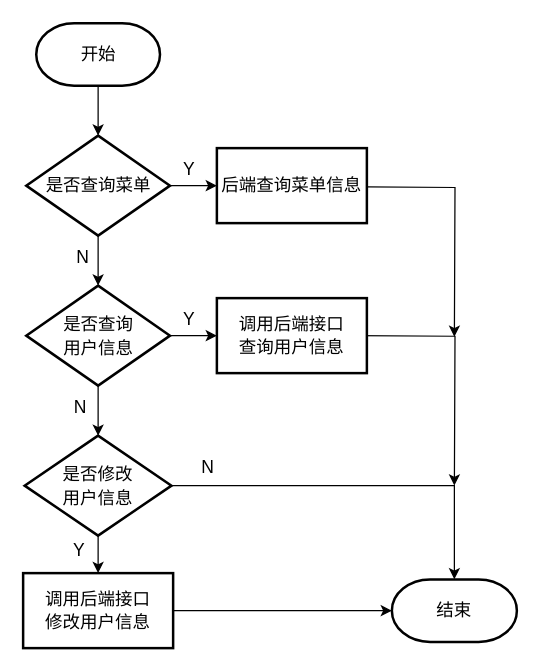
The draw.io diagram 系统管理模块流程图.drawio in zhangruyi3906/img, before the edit. Source tidied: cells renumbered, new cells numbered last; positions are measured from the earlier drawing's top-left corner, leaving out a move shared by most shapes. Both pictures are drawn from the tidied source at 125%, with x=0, y=0 at pixel (22, 22).
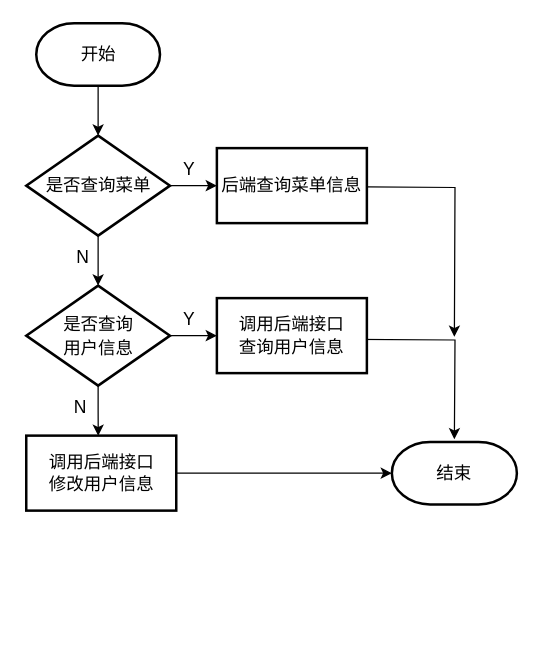
The same page after the edit.

Commit message:
更新系统管理模块流程图.drawio

Unchanged cells that the change refers to:
```xml
<mxCell id="11" value="&lt;div style=&quot;line-height: 50%;&quot;&gt;&lt;p class=&quot;MsoNormal&quot;&gt;&lt;font face=&quot;Helvetica&quot; style=&quot;font-size: 14px; line-height: 50%;&quot;&gt;是否查询&lt;/font&gt;&lt;/p&gt;&lt;p class=&quot;MsoNormal&quot;&gt;&lt;font face=&quot;Helvetica&quot; style=&quot;font-size: 14px; line-height: 50%;&quot;&gt;用户信息&lt;/font&gt;&lt;/p&gt;&lt;/div&gt;" style="rhombus;whiteSpace=wrap;html=1;strokeWidth=2;" parent="1" vertex="1">
  <mxGeometry x="2.5" y="210" width="115" height="80" as="geometry" />
</mxCell>
```

Diff of the diagram source:
```diff
@@
-    <mxCell id="9" style="edgeStyle=orthogonalEdgeStyle;rounded=0;jettySize=auto;html=1;" parent="1" edge="1" source="11" target="14">
-      <mxGeometry relative="1" as="geometry" />
+    <mxCell id="9" style="edgeStyle=orthogonalEdgeStyle;rounded=0;jettySize=auto;html=1;" parent="1" edge="1" source="11">
+      <mxGeometry relative="1" as="geometry">
+        <mxPoint x="60.1" y="330.1" as="targetPoint" />
+      </mxGeometry>
     </mxCell>
@@
     <mxCell id="12" value="&lt;font style=&quot;font-size: 14px;&quot;&gt;结束&lt;/font&gt;" style="strokeWidth=2;html=1;shape=mxgraph.flowchart.terminator;whiteSpace=wrap;" parent="1" vertex="1">
-      <mxGeometry x="295" y="445" width="100" height="50" as="geometry" />
+      <mxGeometry x="295" y="335" width="100" height="50" as="geometry" />
     </mxCell>
-    <mxCell id="13" style="edgeStyle=orthogonalEdgeStyle;rounded=0;jettySize=auto;html=1;" parent="1" edge="1" source="14" target="15">
-      <mxGeometry relative="1" as="geometry" />
-    </mxCell>
-    <mxCell id="14" value="&lt;div style=&quot;line-height: 50%;&quot;&gt;&lt;p class=&quot;MsoNormal&quot;&gt;&lt;font face=&quot;Helvetica&quot; style=&quot;font-size: 14px; line-height: 50%;&quot;&gt;是否修改&lt;/font&gt;&lt;/p&gt;&lt;p class=&quot;MsoNormal&quot;&gt;&lt;font face=&quot;Helvetica&quot; style=&quot;font-size: 14px; line-height: 50%;&quot;&gt;用户信息&lt;/font&gt;&lt;/p&gt;&lt;/div&gt;" style="rhombus;whiteSpace=wrap;html=1;strokeWidth=2;" parent="1" vertex="1">
-      <mxGeometry x="1.2" y="330" width="117.5" height="80" as="geometry" />
-    </mxCell>
     <mxCell id="15" value="&lt;div style=&quot;line-height: 40%;&quot;&gt;&lt;p class=&quot;MsoNormal&quot;&gt;&lt;font style=&quot;font-size: 14px;&quot; face=&quot;Helvetica&quot;&gt;调用后端接口&lt;/font&gt;&lt;/p&gt;&lt;p class=&quot;MsoNormal&quot;&gt;&lt;font style=&quot;font-size: 14px;&quot; face=&quot;Helvetica&quot;&gt;修改用户信息&lt;/font&gt;&lt;/p&gt;&lt;/div&gt;" style="whiteSpace=wrap;html=1;strokeWidth=2;" parent="1" vertex="1">
-      <mxGeometry y="440" width="120" height="60" as="geometry" />
+      <mxGeometry x="2.5" y="330" width="120" height="60" as="geometry" />
     </mxCell>
     <mxCell id="16" style="edgeStyle=orthogonalEdgeStyle;rounded=0;orthogonalLoop=1;jettySize=auto;html=1;" parent="1" edge="1">
       <mxGeometry relative="1" as="geometry">
-        <mxPoint x="265" y="250" as="sourcePoint" />
-        <mxPoint x="345" y="370" as="targetPoint" />
+        <mxPoint x="265" y="253" as="sourcePoint" />
+        <mxPoint x="345" y="333" as="targetPoint" />
       </mxGeometry>
     </mxCell>
@@
-    <mxCell id="22" value="&lt;font style=&quot;font-size: 14px;&quot;&gt;Y&lt;/font&gt;" style="text;html=1;align=center;verticalAlign=middle;whiteSpace=wrap;rounded=0;" parent="1" vertex="1">
-      <mxGeometry x="15" y="407" width="60" height="30" as="geometry" />
-    </mxCell>
-    <mxCell id="23" value="&lt;font style=&quot;font-size: 14px;&quot;&gt;N&lt;/font&gt;" style="text;html=1;align=center;verticalAlign=middle;whiteSpace=wrap;rounded=0;" parent="1" vertex="1">
-      <mxGeometry x="117.8" y="340" width="60" height="30" as="geometry" />
-    </mxCell>
@@
-    <mxCell id="25" style="edgeStyle=orthogonalEdgeStyle;rounded=0;jettySize=auto;html=1;exitX=1;exitY=0.5;exitDx=0;exitDy=0;entryX=0.5;entryY=0;entryDx=0;entryDy=0;entryPerimeter=0;" parent="1" edge="1" source="14" target="12">
-      <mxGeometry relative="1" as="geometry" />
-    </mxCell>
```
